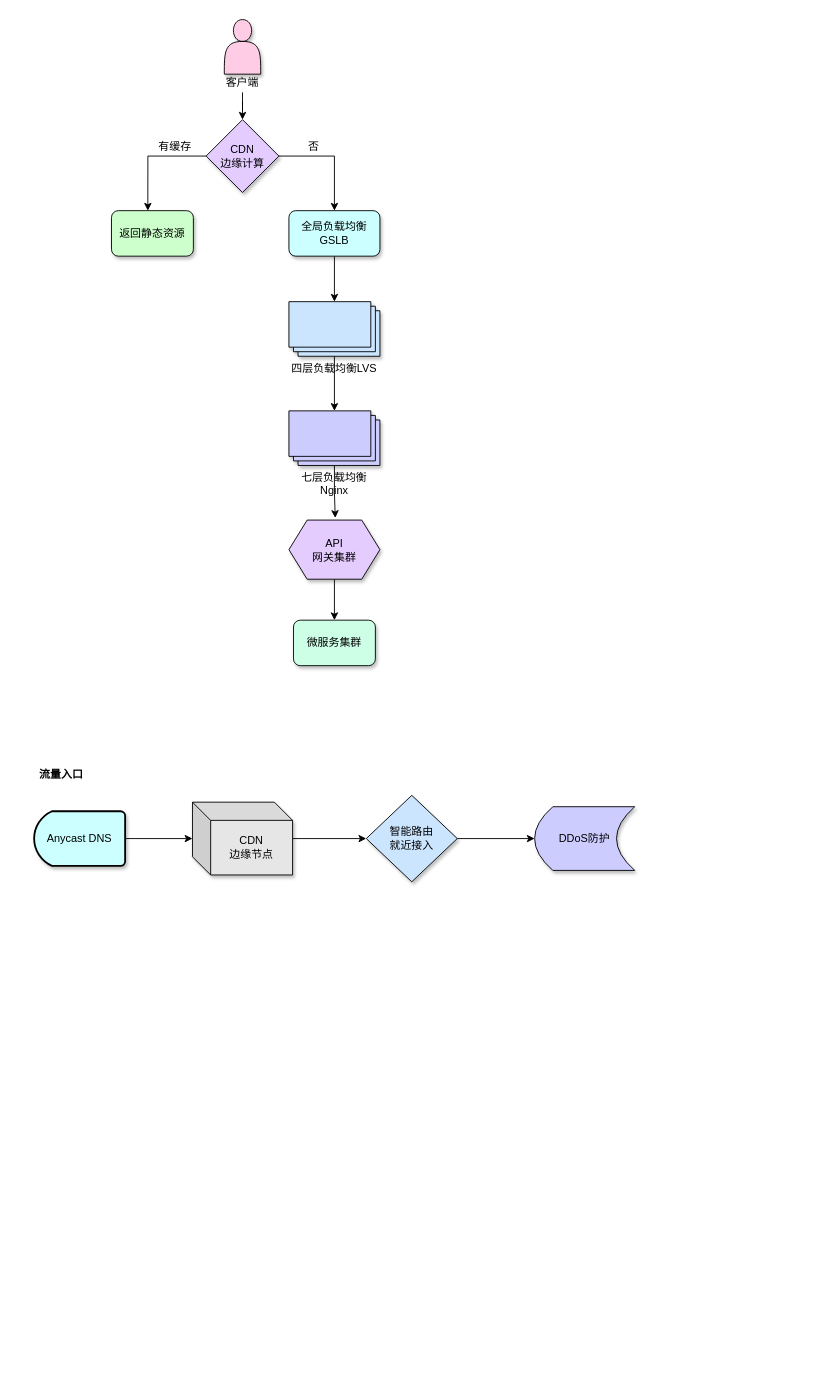
The draw.io diagram achitecture_diagram/架构分层-接入层.drawio in abigalexy/online_drawing, before the edit. Source tidied: cells renumbered, new cells numbered last; positions are measured from the earlier drawing's top-left corner, leaving out a move shared by most shapes. Both pictures are drawn from the tidied source at 91%, with x=0, y=0 at pixel (34, 19).
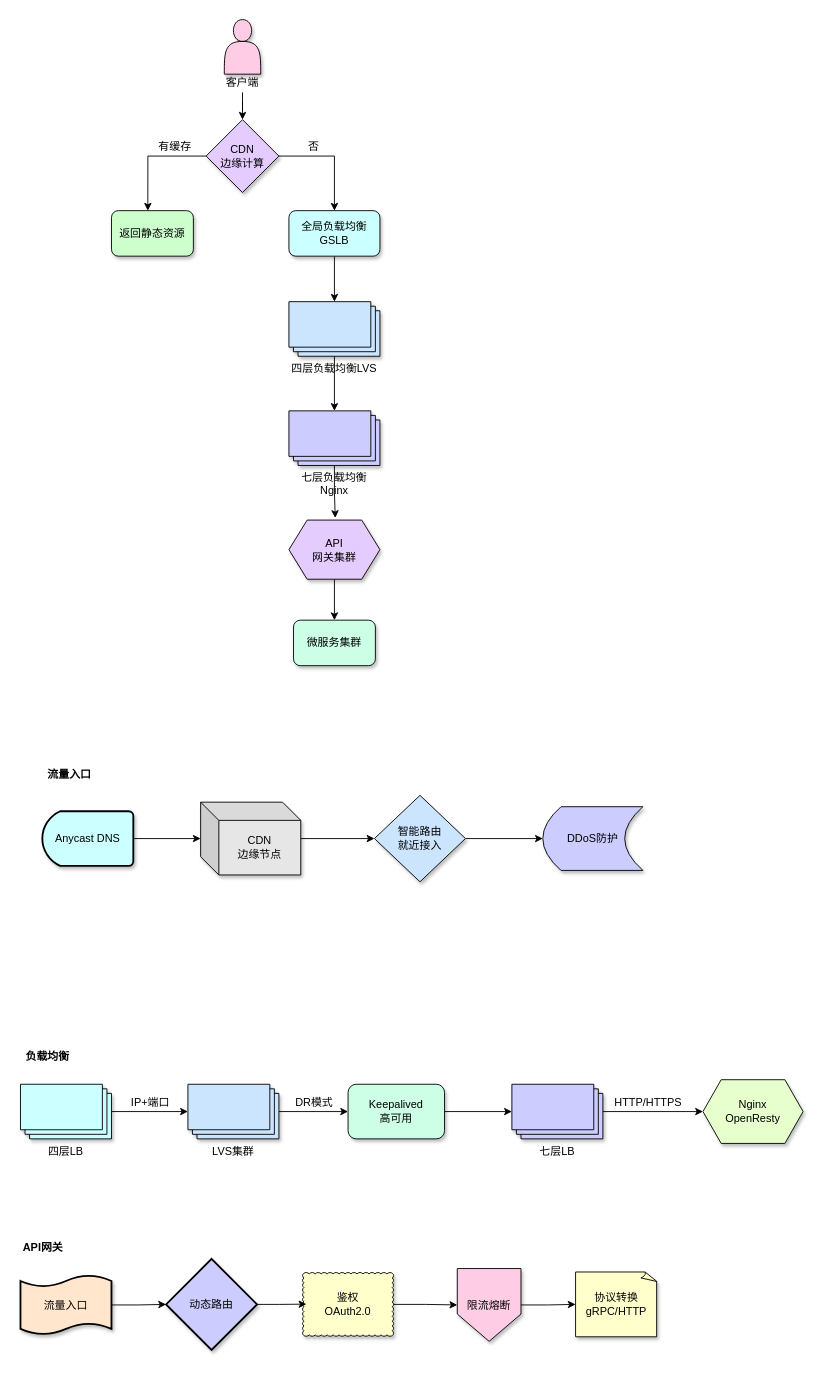
The same diagram, later.

Commit message (it also covers changes not shown here):
更新架构分层-接入层.drawio

Change to the diagram source:
```diff
@@
     <mxCell id="20" style="group;" parent="1" vertex="1">
-      <mxGeometry y="820" width="660" height="127.5" as="geometry" />
+      <mxGeometry x="9" y="820" width="660" height="127.5" as="geometry" />
     </mxCell>
@@
+    <mxCell id="29" style="group;" parent="1" vertex="1">
+      <mxGeometry x="-15" y="1130" width="860" height="105" as="geometry" />
+    </mxCell>
+    <mxCell id="30" value="Nginx&lt;br&gt;OpenResty" style="shape=hexagon;perimeter=hexagonPerimeter2;whiteSpace=wrap;html=1;fixedSize=1;fillColor=#E6FFCC;shadow=1;" parent="29" vertex="1">
+      <mxGeometry x="750" y="35" width="110" height="70" as="geometry" />
+    </mxCell>
+    <mxCell id="31" style="edgeStyle=orthogonalEdgeStyle;rounded=0;jettySize=auto;html=1;entryX=0;entryY=0.5;entryDx=0;entryDy=0;" parent="29" edge="1" source="32" target="30">
+      <mxGeometry relative="1" as="geometry" />
+    </mxCell>
+    <mxCell id="32" value="七层LB" style="verticalLabelPosition=bottom;verticalAlign=top;html=1;shape=mxgraph.basic.layered_rect;dx=10;outlineConnect=0;whiteSpace=wrap;shadow=1;fillColor=#CCCCFF;" parent="29" vertex="1">
+      <mxGeometry x="540" y="40" width="100" height="60" as="geometry" />
+    </mxCell>
+    <mxCell id="33" style="edgeStyle=orthogonalEdgeStyle;rounded=0;jettySize=auto;html=1;" parent="29" edge="1" source="34" target="36">
+      <mxGeometry relative="1" as="geometry" />
+    </mxCell>
+    <mxCell id="34" value="四层LB" style="verticalLabelPosition=bottom;verticalAlign=top;html=1;shape=mxgraph.basic.layered_rect;dx=10;outlineConnect=0;whiteSpace=wrap;fillColor=#CCFFFF;shadow=1;" parent="29" vertex="1">
+      <mxGeometry y="40" width="100" height="60" as="geometry" />
+    </mxCell>
+    <mxCell id="35" style="edgeStyle=orthogonalEdgeStyle;rounded=0;jettySize=auto;html=1;entryX=0;entryY=0.5;entryDx=0;entryDy=0;" parent="29" edge="1" source="36" target="38">
+      <mxGeometry relative="1" as="geometry" />
+    </mxCell>
+    <mxCell id="36" value="LVS集群" style="verticalLabelPosition=bottom;verticalAlign=top;html=1;shape=mxgraph.basic.layered_rect;dx=10;outlineConnect=0;whiteSpace=wrap;fillColor=#CCE5FF;shadow=1;" parent="29" vertex="1">
+      <mxGeometry x="184" y="40" width="100" height="60" as="geometry" />
+    </mxCell>
+    <mxCell id="37" style="edgeStyle=orthogonalEdgeStyle;rounded=0;jettySize=auto;html=1;" parent="29" edge="1" source="38" target="32">
+      <mxGeometry relative="1" as="geometry" />
+    </mxCell>
+    <mxCell id="38" value="Keepalived&lt;br&gt;高可用" style="rounded=1;whiteSpace=wrap;html=1;fillColor=#CCFFE6;shadow=1;" parent="29" vertex="1">
+      <mxGeometry x="360" y="40" width="106" height="60" as="geometry" />
+    </mxCell>
+    <mxCell id="39" value="IP+端口" style="text;strokeColor=none;align=center;fillColor=none;html=1;verticalAlign=middle;whiteSpace=wrap;rounded=0;" parent="29" vertex="1">
+      <mxGeometry x="120" y="50" width="46" height="20" as="geometry" />
+    </mxCell>
+    <mxCell id="40" value="DR模式" style="text;strokeColor=none;align=center;fillColor=none;html=1;verticalAlign=middle;whiteSpace=wrap;rounded=0;" parent="29" vertex="1">
+      <mxGeometry x="299.5" y="50" width="46" height="20" as="geometry" />
+    </mxCell>
+    <mxCell id="41" value="HTTP/HTTPS" style="text;strokeColor=none;align=center;fillColor=none;html=1;verticalAlign=middle;whiteSpace=wrap;rounded=0;" parent="29" vertex="1">
+      <mxGeometry x="650" y="50" width="80" height="20" as="geometry" />
+    </mxCell>
+    <mxCell id="42" value="&lt;b&gt;负载均衡&lt;/b&gt;" style="text;strokeColor=none;align=center;fillColor=none;html=1;verticalAlign=middle;whiteSpace=wrap;rounded=0;" parent="29" vertex="1">
+      <mxGeometry width="60" height="20" as="geometry" />
+    </mxCell>
+    <mxCell id="43" style="group;" parent="1" vertex="1">
+      <mxGeometry x="-15" y="1337.5" width="700" height="124.4" as="geometry" />
+    </mxCell>
+    <mxCell id="44" style="edgeStyle=orthogonalEdgeStyle;rounded=0;jettySize=auto;html=1;entryX=0;entryY=0.5;entryDx=0;entryDy=0;entryPerimeter=0;" parent="43" edge="1" source="45" target="46">
+      <mxGeometry relative="1" as="geometry" />
+    </mxCell>
+    <mxCell id="45" value="流量入口" style="shape=tape;whiteSpace=wrap;html=1;strokeWidth=2;size=0.19;fillColor=#FFE6CC;shadow=1;" parent="43" vertex="1">
+      <mxGeometry y="42.5" width="100" height="65" as="geometry" />
+    </mxCell>
+    <mxCell id="46" value="动态路由" style="strokeWidth=2;html=1;shape=mxgraph.flowchart.decision;whiteSpace=wrap;fillColor=#CCCCFF;shadow=1;" parent="43" vertex="1">
+      <mxGeometry x="160" y="24.4" width="100" height="100" as="geometry" />
+    </mxCell>
+    <mxCell id="47" value="协议转换gRPC/HTTP" style="whiteSpace=wrap;html=1;shape=mxgraph.basic.document;fillColor=#FFFFCC;shadow=1;" parent="43" vertex="1">
+      <mxGeometry x="610" y="38.8" width="90" height="71.2" as="geometry" />
+    </mxCell>
+    <mxCell id="48" style="edgeStyle=orthogonalEdgeStyle;rounded=0;jettySize=auto;html=1;entryX=0;entryY=0.5;entryDx=0;entryDy=0;" parent="43" edge="1" source="49" target="50">
+      <mxGeometry relative="1" as="geometry" />
+    </mxCell>
+    <mxCell id="49" value="鉴权&lt;br&gt;OAuth2.0" style="whiteSpace=wrap;html=1;shape=mxgraph.basic.cloud_rect;fillColor=#FFFFCC;shadow=1;" parent="43" vertex="1">
+      <mxGeometry x="310" y="39.4" width="100" height="70" as="geometry" />
+    </mxCell>
+    <mxCell id="50" value="限流熔断" style="shape=offPageConnector;whiteSpace=wrap;html=1;fillColor=#FFCCE6;shadow=1;" parent="43" vertex="1">
+      <mxGeometry x="480" y="35" width="70" height="80" as="geometry" />
+    </mxCell>
+    <mxCell id="51" style="edgeStyle=orthogonalEdgeStyle;rounded=0;jettySize=auto;html=1;entryX=0.042;entryY=0.496;entryDx=0;entryDy=0;entryPerimeter=0;" parent="43" edge="1" source="46" target="49">
+      <mxGeometry relative="1" as="geometry" />
+    </mxCell>
+    <mxCell id="52" style="edgeStyle=orthogonalEdgeStyle;rounded=0;jettySize=auto;html=1;entryX=0;entryY=0.5;entryDx=0;entryDy=0;entryPerimeter=0;" parent="43" edge="1" source="50" target="47">
+      <mxGeometry relative="1" as="geometry" />
+    </mxCell>
+    <mxCell id="53" value="&lt;b&gt;API网关&lt;/b&gt;" style="text;strokeColor=none;align=center;fillColor=none;html=1;verticalAlign=middle;whiteSpace=wrap;rounded=0;" parent="43" vertex="1">
+      <mxGeometry width="50" height="25" as="geometry" />
+    </mxCell>
```
